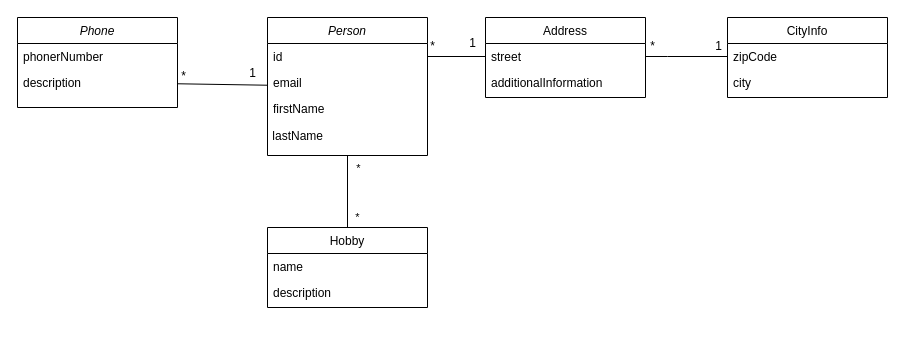
This is src/main/resources/Domæne_model.drawio from nk11-dat/CA-1, a draw.io file, before an edit. Source tidied: cells renumbered, new cells numbered last; positions are measured from the earlier drawing's top-left corner, leaving out a move shared by most shapes. Both pictures are drawn from the tidied source at 100%, with x=0, y=0 at pixel (17, 17).
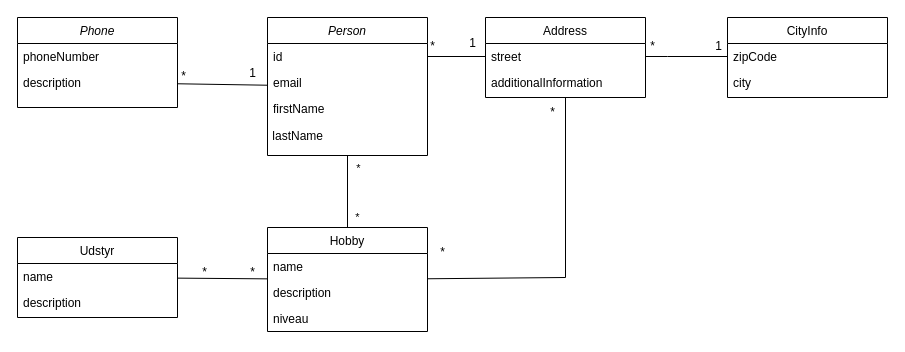
The same page after the edit.

The change refers to these unchanged cells:
```xml
<mxCell id="7" value="Address" style="swimlane;fontStyle=0;align=center;verticalAlign=top;horizontal=1;startSize=26;rounded=0;shadow=0;strokeWidth=1;" parent="1" vertex="1">
  <mxGeometry x="468" width="160" height="80" as="geometry" />
</mxCell>
<mxCell id="10" value="Phone" style="swimlane;fontStyle=2;align=center;verticalAlign=top;horizontal=1;startSize=26;rounded=0;shadow=0;strokeWidth=1;" parent="1" vertex="1">
  <mxGeometry width="160" height="90" as="geometry" />
</mxCell>
```

What changed in the source:
```diff
@@
-    <mxCell id="11" value="phonerNumber" style="text;align=left;verticalAlign=top;spacingLeft=4;spacingRight=4;overflow=hidden;" parent="10" vertex="1">
+    <mxCell id="11" value="phoneNumber" style="text;align=left;verticalAlign=top;spacingLeft=4;spacingRight=4;overflow=hidden;" parent="10" vertex="1">
       <mxGeometry y="26" width="160" height="26" as="geometry" />
     </mxCell>
@@
     <mxCell id="16" value="Hobby" style="swimlane;fontStyle=0;align=center;verticalAlign=top;horizontal=1;startSize=26;rounded=0;shadow=0;strokeWidth=1;" parent="1" vertex="1">
-      <mxGeometry x="250" y="210" width="160" height="80" as="geometry" />
+      <mxGeometry x="250" y="210" width="160" height="104" as="geometry" />
     </mxCell>
@@
+    <mxCell id="30" value="niveau" style="text;align=left;verticalAlign=top;spacingLeft=4;spacingRight=4;overflow=hidden;rounded=0;shadow=0;html=0;" parent="16" vertex="1">
+      <mxGeometry y="78" width="160" height="26" as="geometry" />
+    </mxCell>
@@
+    <mxCell id="31" style="endArrow=none;html=1;rounded=0;" parent="1" edge="1" source="16" target="7">
+      <mxGeometry relative="1" as="geometry">
+        <Array as="points">
+          <mxPoint x="548" y="260" />
+        </Array>
+      </mxGeometry>
+    </mxCell>
+    <mxCell id="32" value="*" style="text;html=1;align=center;verticalAlign=middle;strokeColor=none;fillColor=none;" parent="1" vertex="1">
+      <mxGeometry x="520" y="80" width="30" height="30" as="geometry" />
+    </mxCell>
+    <mxCell id="33" value="*" style="text;html=1;align=center;verticalAlign=middle;strokeColor=none;fillColor=none;" parent="1" vertex="1">
+      <mxGeometry x="410" y="220" width="30" height="30" as="geometry" />
+    </mxCell>
+    <mxCell id="34" value="Udstyr" style="swimlane;fontStyle=0;align=center;verticalAlign=top;horizontal=1;startSize=26;rounded=0;shadow=0;strokeWidth=1;" parent="1" vertex="1">
+      <mxGeometry y="220" width="160" height="80" as="geometry" />
+    </mxCell>
+    <mxCell id="35" value="name" style="text;align=left;verticalAlign=top;spacingLeft=4;spacingRight=4;overflow=hidden;" parent="34" vertex="1">
+      <mxGeometry y="26" width="160" height="26" as="geometry" />
+    </mxCell>
+    <mxCell id="36" value="description" style="text;align=left;verticalAlign=top;spacingLeft=4;spacingRight=4;overflow=hidden;rounded=0;shadow=0;html=0;" parent="34" vertex="1">
+      <mxGeometry y="52" width="160" height="26" as="geometry" />
+    </mxCell>
+    <mxCell id="37" style="endArrow=none;html=1;rounded=0;" parent="1" edge="1" source="34" target="16">
+      <mxGeometry relative="1" as="geometry" />
+    </mxCell>
+    <mxCell id="38" value="*" style="text;html=1;align=center;verticalAlign=middle;strokeColor=none;fillColor=none;" parent="1" vertex="1">
+      <mxGeometry x="172" y="240" width="30" height="30" as="geometry" />
+    </mxCell>
+    <mxCell id="39" value="*" style="text;html=1;align=center;verticalAlign=middle;strokeColor=none;fillColor=none;" parent="1" vertex="1">
+      <mxGeometry x="220" y="240" width="30" height="30" as="geometry" />
+    </mxCell>
```
